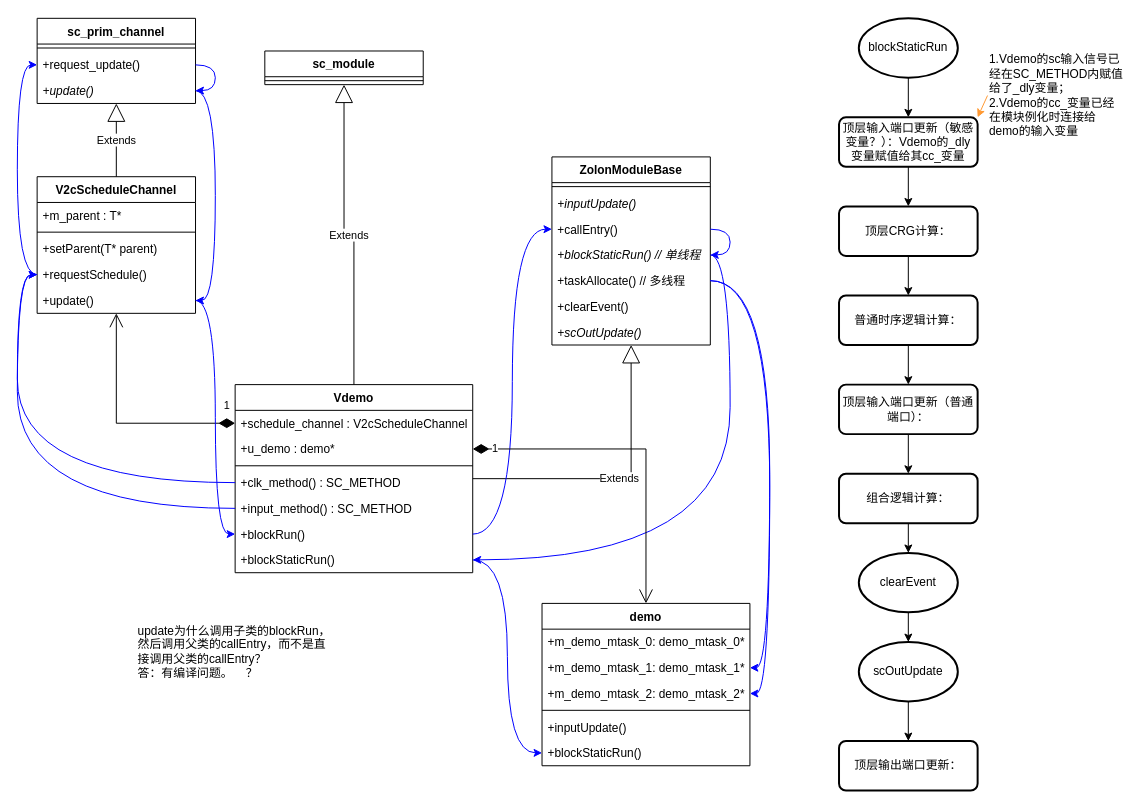
Before: zolon_schedule.drawio in Dercury/CLDK, a draw.io diagram. Source tidied: cells renumbered, new cells numbered last; positions are measured from the earlier drawing's top-left corner, leaving out a move shared by most shapes. Both pictures are drawn from the tidied source at 99%, with x=0, y=0 at pixel (37, 18).
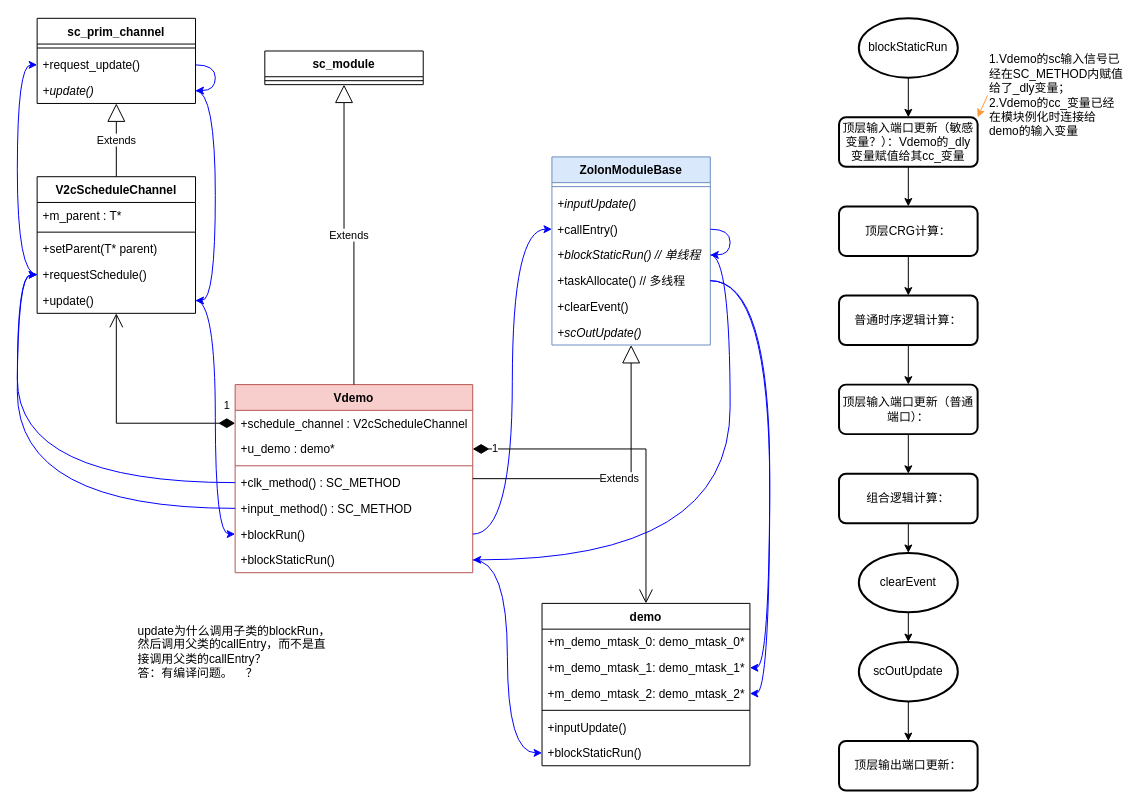
After the change.

The edit, as a diff of the source:
```diff
@@
-    <mxCell id="14" value="ZolonModuleBase" style="swimlane;fontStyle=1;align=center;verticalAlign=top;horizontal=1;startSize=26;" parent="1" vertex="1">
+    <mxCell id="14" value="ZolonModuleBase" style="swimlane;fontStyle=1;align=center;verticalAlign=top;horizontal=1;startSize=26;fillColor=#dae8fc;strokeColor=#6c8ebf;" parent="1" vertex="1">
       <mxGeometry x="520" y="140" width="160" height="190" as="geometry" />
     </mxCell>
@@
-    <mxCell id="23" value="Vdemo" style="swimlane;fontStyle=1;align=center;verticalAlign=top;horizontal=1;startSize=26;" parent="1" vertex="1">
+    <mxCell id="23" value="Vdemo" style="swimlane;fontStyle=1;align=center;verticalAlign=top;horizontal=1;startSize=26;fillColor=#f8cecc;strokeColor=#b85450;" parent="1" vertex="1">
       <mxGeometry x="200" y="370" width="240" height="190" as="geometry" />
     </mxCell>
```
